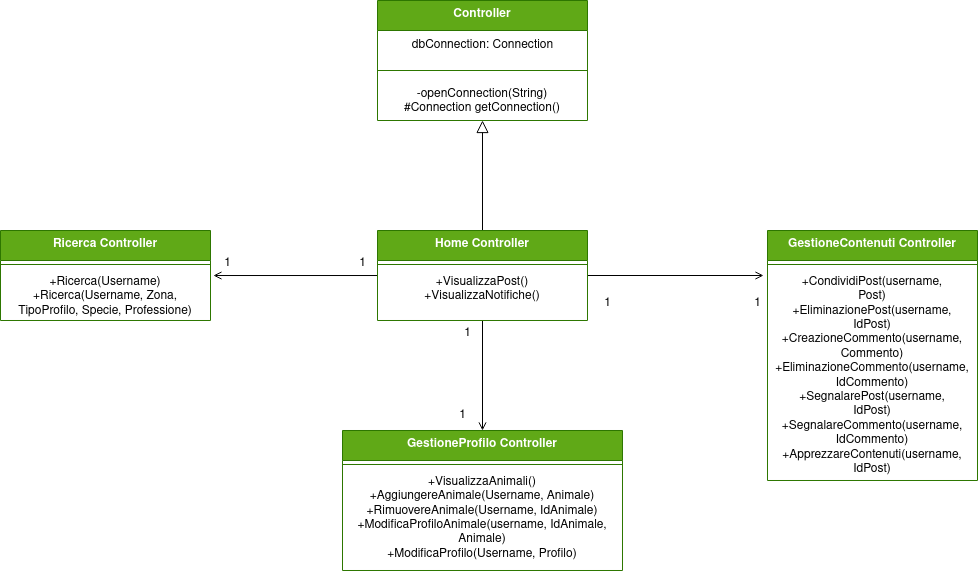
This is Controller-Estesi/GestioneUtente Dettaglio.drawio.png from Iannicc/Pet-Party, a draw.io export, as it was before one commit. Source tidied: cells renumbered, new cells last; positions are measured from the earlier drawing's top-left corner, leaving out a move shared by most shapes. Its diagram source:
```xml
<mxGraphModel>
  <root>
    <mxCell id="0" />
    <mxCell id="1" parent="0" />
    <mxCell id="2" value="&lt;div&gt;GestioneProfilo Controller&lt;br&gt;&lt;/div&gt;" style="swimlane;fontStyle=1;align=center;verticalAlign=top;horizontal=1;startSize=30;whiteSpace=wrap;html=1;fillColor=#60a917;fontColor=#ffffff;strokeColor=#2D7600;" parent="1" vertex="1">
      <mxGeometry x="342" y="430" width="280" height="140" as="geometry" />
    </mxCell>
    <mxCell id="3" style="line;strokeWidth=1;fillColor=none;align=left;verticalAlign=middle;spacingTop=-1;spacingLeft=3;spacingRight=3;labelPosition=right;strokeColor=inherit;" parent="2" vertex="1">
      <mxGeometry y="30" width="280" height="8" as="geometry" />
    </mxCell>
    <mxCell id="4" value="&lt;div&gt;+VisualizzaAnimali()&lt;br&gt;&lt;/div&gt;&lt;div&gt;+AggiungereAnimale(Username, Animale)&lt;/div&gt;&lt;div&gt;+RimuovereAnimale(Username, IdAnimale)&lt;/div&gt;&lt;div&gt;+ModificaProfiloAnimale(username, IdAnimale, Animale)&lt;/div&gt;&lt;div&gt;+ModificaProfilo(Username, Profilo)&lt;br&gt;&lt;/div&gt;" style="text;strokeColor=none;fillColor=none;align=center;verticalAlign=top;spacingLeft=4;spacingRight=4;overflow=hidden;whiteSpace=wrap;html=1;" parent="2" vertex="1">
      <mxGeometry y="38" width="280" height="102" as="geometry" />
    </mxCell>
    <mxCell id="5" style="edgeStyle=orthogonalEdgeStyle;rounded=0;jettySize=auto;html=1;entryX=0.5;entryY=0;entryDx=0;entryDy=0;endArrow=open;endFill=0;" parent="1" edge="1" source="9" target="2">
      <mxGeometry relative="1" as="geometry" />
    </mxCell>
    <mxCell id="6" style="edgeStyle=orthogonalEdgeStyle;rounded=0;jettySize=auto;html=1;entryX=-0.019;entryY=0.033;entryDx=0;entryDy=0;entryPerimeter=0;endArrow=open;endFill=0;" parent="1" edge="1" source="9" target="17">
      <mxGeometry relative="1" as="geometry" />
    </mxCell>
    <mxCell id="7" style="edgeStyle=orthogonalEdgeStyle;rounded=0;jettySize=auto;html=1;entryX=1.014;entryY=0.135;entryDx=0;entryDy=0;entryPerimeter=0;endArrow=open;endFill=0;" parent="1" edge="1" source="9" target="14">
      <mxGeometry relative="1" as="geometry" />
    </mxCell>
    <mxCell id="8" style="edgeStyle=orthogonalEdgeStyle;rounded=0;jettySize=auto;html=1;entryX=0.5;entryY=1;entryDx=0;entryDy=0;endArrow=block;endFill=0;startSize=12;endSize=10;" parent="1" edge="1" source="9" target="18">
      <mxGeometry relative="1" as="geometry" />
    </mxCell>
    <mxCell id="9" value="Home Controller" style="swimlane;fontStyle=1;align=center;verticalAlign=top;horizontal=1;startSize=30;whiteSpace=wrap;html=1;fillColor=#60a917;fontColor=#ffffff;strokeColor=#2D7600;" parent="1" vertex="1">
      <mxGeometry x="377" y="230" width="210" height="90" as="geometry" />
    </mxCell>
    <mxCell id="10" style="line;strokeWidth=1;fillColor=none;align=left;verticalAlign=middle;spacingTop=-1;spacingLeft=3;spacingRight=3;labelPosition=right;strokeColor=inherit;" parent="9" vertex="1">
      <mxGeometry y="30" width="210" height="8" as="geometry" />
    </mxCell>
    <mxCell id="11" value="&lt;div&gt;+VisualizzaPost()&lt;/div&gt;&lt;div&gt;+VisualizzaNotifiche()&lt;br&gt;&lt;/div&gt;" style="text;strokeColor=none;fillColor=none;align=center;verticalAlign=top;spacingLeft=4;spacingRight=4;overflow=hidden;whiteSpace=wrap;html=1;" parent="9" vertex="1">
      <mxGeometry y="38" width="210" height="52" as="geometry" />
    </mxCell>
    <mxCell id="12" value="Ricerca Controller" style="swimlane;fontStyle=1;align=center;verticalAlign=top;horizontal=1;startSize=30;whiteSpace=wrap;html=1;fillColor=#60a917;fontColor=#ffffff;strokeColor=#2D7600;" parent="1" vertex="1">
      <mxGeometry y="230" width="210" height="90" as="geometry" />
    </mxCell>
    <mxCell id="13" style="line;strokeWidth=1;fillColor=none;align=left;verticalAlign=middle;spacingTop=-1;spacingLeft=3;spacingRight=3;labelPosition=right;strokeColor=inherit;" parent="12" vertex="1">
      <mxGeometry y="30" width="210" height="8" as="geometry" />
    </mxCell>
    <mxCell id="14" value="&lt;div&gt;+Ricerca(Username)&lt;/div&gt;&lt;div&gt;+Ricerca(Username, Zona, TipoProfilo, Specie, Professione)&lt;br&gt;&lt;/div&gt;" style="text;strokeColor=none;fillColor=none;align=center;verticalAlign=top;spacingLeft=4;spacingRight=4;overflow=hidden;points=[[0,0.5],[1,0.5]];portConstraint=eastwest;whiteSpace=wrap;html=1;" parent="12" vertex="1">
      <mxGeometry y="38" width="210" height="52" as="geometry" />
    </mxCell>
    <mxCell id="15" value="GestioneContenuti Controller" style="swimlane;fontStyle=1;align=center;verticalAlign=top;horizontal=1;startSize=30;whiteSpace=wrap;html=1;fillColor=#60a917;fontColor=#ffffff;strokeColor=#2D7600;" parent="1" vertex="1">
      <mxGeometry x="767" y="230" width="210" height="250" as="geometry" />
    </mxCell>
    <mxCell id="16" style="line;strokeWidth=1;fillColor=none;align=left;verticalAlign=middle;spacingTop=-1;spacingLeft=3;spacingRight=3;labelPosition=right;strokeColor=inherit;" parent="15" vertex="1">
      <mxGeometry y="30" width="210" height="8" as="geometry" />
    </mxCell>
    <mxCell id="17" value="+CondividiPost(username,&lt;br&gt;Post)&lt;br&gt;+EliminazionePost(username,&lt;br&gt;IdPost)&lt;br&gt;+CreazioneCommento(username,&lt;br&gt;Commento)&lt;br&gt;+EliminazioneCommento(username,&lt;br&gt;IdCommento)&lt;br&gt;+SegnalarePost(username,&lt;br&gt;IdPost)&lt;br&gt;+SegnalareCommento(username, IdCommento)&lt;br&gt;+ApprezzareContenuti(username,&lt;br&gt;IdPost)" style="text;strokeColor=none;fillColor=none;align=center;verticalAlign=top;spacingLeft=4;spacingRight=4;overflow=hidden;points=[[0,0.5],[1,0.5]];portConstraint=eastwest;whiteSpace=wrap;html=1;" parent="15" vertex="1">
      <mxGeometry y="38" width="210" height="212" as="geometry" />
    </mxCell>
    <mxCell id="18" value="Controller" style="swimlane;fontStyle=1;align=center;verticalAlign=top;horizontal=1;startSize=30;whiteSpace=wrap;html=1;fillColor=#60a917;fontColor=#ffffff;strokeColor=#2D7600;" parent="1" vertex="1">
      <mxGeometry x="377" width="210" height="120" as="geometry" />
    </mxCell>
    <mxCell id="19" value="dbConnection: Connection" style="text;html=1;align=center;verticalAlign=middle;strokeColor=none;fillColor=none;" parent="18" vertex="1">
      <mxGeometry y="30" width="210" height="30" as="geometry" />
    </mxCell>
    <mxCell id="20" style="line;strokeWidth=1;fillColor=none;align=left;verticalAlign=middle;spacingTop=-1;spacingLeft=3;spacingRight=3;labelPosition=right;strokeColor=inherit;" parent="18" vertex="1">
      <mxGeometry y="60" width="210" height="20" as="geometry" />
    </mxCell>
    <mxCell id="21" value="-openConnection(String)&lt;br&gt;#Connection getConnection()" style="text;strokeColor=none;fillColor=none;align=center;verticalAlign=top;spacingLeft=4;spacingRight=4;overflow=hidden;whiteSpace=wrap;html=1;" parent="18" vertex="1">
      <mxGeometry y="80" width="210" height="40" as="geometry" />
    </mxCell>
    <mxCell id="22" value="1" style="text;html=1;align=center;verticalAlign=middle;strokeColor=none;fillColor=none;" parent="1" vertex="1">
      <mxGeometry x="212" y="248" width="30" height="30" as="geometry" />
    </mxCell>
    <mxCell id="23" value="1" style="text;html=1;align=center;verticalAlign=middle;strokeColor=none;fillColor=none;" parent="1" vertex="1">
      <mxGeometry x="347" y="248" width="30" height="30" as="geometry" />
    </mxCell>
    <mxCell id="24" value="1" style="text;html=1;align=center;verticalAlign=middle;strokeColor=none;fillColor=none;" parent="1" vertex="1">
      <mxGeometry x="452" y="318" width="30" height="30" as="geometry" />
    </mxCell>
    <mxCell id="25" value="1" style="text;html=1;align=center;verticalAlign=middle;strokeColor=none;fillColor=none;" parent="1" vertex="1">
      <mxGeometry x="447" y="400" width="30" height="30" as="geometry" />
    </mxCell>
    <mxCell id="26" value="1" style="text;html=1;align=center;verticalAlign=middle;strokeColor=none;fillColor=none;" parent="1" vertex="1">
      <mxGeometry x="742" y="288" width="30" height="30" as="geometry" />
    </mxCell>
    <mxCell id="27" value="1" style="text;html=1;align=center;verticalAlign=middle;strokeColor=none;fillColor=none;" parent="1" vertex="1">
      <mxGeometry x="592" y="288" width="30" height="30" as="geometry" />
    </mxCell>
  </root>
</mxGraphModel>
```
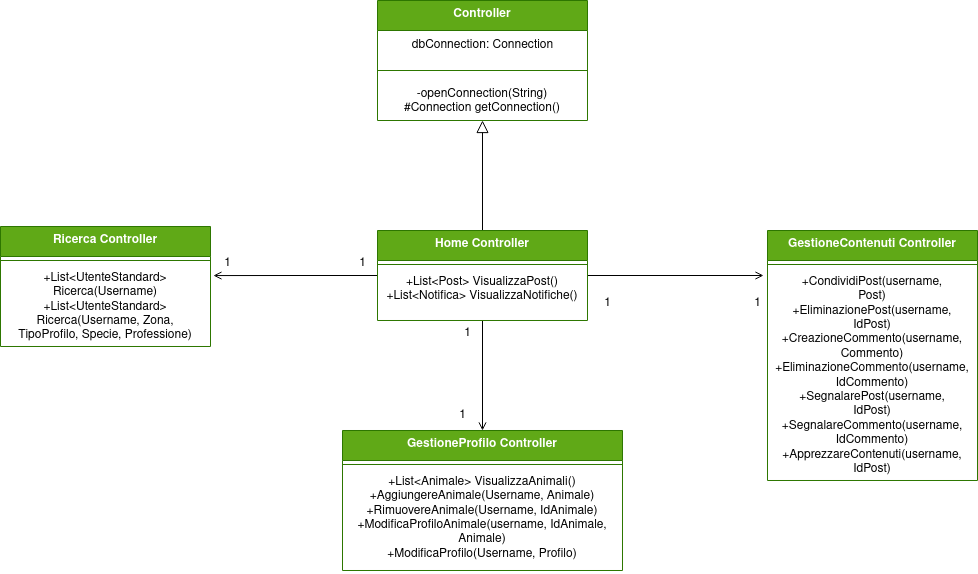
After the commit.

Change to the diagram source:
```diff
@@ -8,7 +8,7 @@
     <mxCell id="3" style="line;strokeWidth=1;fillColor=none;align=left;verticalAlign=middle;spacingTop=-1;spacingLeft=3;spacingRight=3;labelPosition=right;strokeColor=inherit;" parent="2" vertex="1">
       <mxGeometry y="30" width="280" height="8" as="geometry" />
     </mxCell>
-    <mxCell id="4" value="&lt;div&gt;+VisualizzaAnimali()&lt;br&gt;&lt;/div&gt;&lt;div&gt;+AggiungereAnimale(Username, Animale)&lt;/div&gt;&lt;div&gt;+RimuovereAnimale(Username, IdAnimale)&lt;/div&gt;&lt;div&gt;+ModificaProfiloAnimale(username, IdAnimale, Animale)&lt;/div&gt;&lt;div&gt;+ModificaProfilo(Username, Profilo)&lt;br&gt;&lt;/div&gt;" style="text;strokeColor=none;fillColor=none;align=center;verticalAlign=top;spacingLeft=4;spacingRight=4;overflow=hidden;whiteSpace=wrap;html=1;" parent="2" vertex="1">
+    <mxCell id="4" value="&lt;div&gt;+List&amp;lt;Animale&amp;gt; VisualizzaAnimali()&lt;br&gt;&lt;/div&gt;&lt;div&gt;+AggiungereAnimale(Username, Animale)&lt;/div&gt;&lt;div&gt;+RimuovereAnimale(Username, IdAnimale)&lt;/div&gt;&lt;div&gt;+ModificaProfiloAnimale(username, IdAnimale, Animale)&lt;/div&gt;&lt;div&gt;+ModificaProfilo(Username, Profilo)&lt;br&gt;&lt;/div&gt;" style="text;strokeColor=none;fillColor=none;align=center;verticalAlign=top;spacingLeft=4;spacingRight=4;overflow=hidden;whiteSpace=wrap;html=1;" parent="2" vertex="1">
       <mxGeometry y="38" width="280" height="102" as="geometry" />
     </mxCell>
     <mxCell id="5" style="edgeStyle=orthogonalEdgeStyle;rounded=0;jettySize=auto;html=1;entryX=0.5;entryY=0;entryDx=0;entryDy=0;endArrow=open;endFill=0;" parent="1" edge="1" source="9" target="2">
@@ -29,17 +29,17 @@
     <mxCell id="10" style="line;strokeWidth=1;fillColor=none;align=left;verticalAlign=middle;spacingTop=-1;spacingLeft=3;spacingRight=3;labelPosition=right;strokeColor=inherit;" parent="9" vertex="1">
       <mxGeometry y="30" width="210" height="8" as="geometry" />
     </mxCell>
-    <mxCell id="11" value="&lt;div&gt;+VisualizzaPost()&lt;/div&gt;&lt;div&gt;+VisualizzaNotifiche()&lt;br&gt;&lt;/div&gt;" style="text;strokeColor=none;fillColor=none;align=center;verticalAlign=top;spacingLeft=4;spacingRight=4;overflow=hidden;whiteSpace=wrap;html=1;" parent="9" vertex="1">
+    <mxCell id="11" value="&lt;div&gt;+List&amp;lt;Post&amp;gt; VisualizzaPost()&lt;/div&gt;&lt;div&gt;+List&amp;lt;Notifica&amp;gt; VisualizzaNotifiche()&lt;br&gt;&lt;/div&gt;" style="text;strokeColor=none;fillColor=none;align=center;verticalAlign=top;spacingLeft=4;spacingRight=4;overflow=hidden;whiteSpace=wrap;html=1;" parent="9" vertex="1">
       <mxGeometry y="38" width="210" height="52" as="geometry" />
     </mxCell>
     <mxCell id="12" value="Ricerca Controller" style="swimlane;fontStyle=1;align=center;verticalAlign=top;horizontal=1;startSize=30;whiteSpace=wrap;html=1;fillColor=#60a917;fontColor=#ffffff;strokeColor=#2D7600;" parent="1" vertex="1">
-      <mxGeometry y="230" width="210" height="90" as="geometry" />
+      <mxGeometry y="226" width="210" height="120" as="geometry" />
     </mxCell>
     <mxCell id="13" style="line;strokeWidth=1;fillColor=none;align=left;verticalAlign=middle;spacingTop=-1;spacingLeft=3;spacingRight=3;labelPosition=right;strokeColor=inherit;" parent="12" vertex="1">
       <mxGeometry y="30" width="210" height="8" as="geometry" />
     </mxCell>
-    <mxCell id="14" value="&lt;div&gt;+Ricerca(Username)&lt;/div&gt;&lt;div&gt;+Ricerca(Username, Zona, TipoProfilo, Specie, Professione)&lt;br&gt;&lt;/div&gt;" style="text;strokeColor=none;fillColor=none;align=center;verticalAlign=top;spacingLeft=4;spacingRight=4;overflow=hidden;points=[[0,0.5],[1,0.5]];portConstraint=eastwest;whiteSpace=wrap;html=1;" parent="12" vertex="1">
-      <mxGeometry y="38" width="210" height="52" as="geometry" />
+    <mxCell id="14" value="&lt;div&gt;+List&amp;lt;UtenteStandard&amp;gt; Ricerca(Username)&lt;/div&gt;&lt;div&gt;+List&amp;lt;UtenteStandard&amp;gt; Ricerca(Username, Zona, TipoProfilo, Specie, Professione)&lt;br&gt;&lt;/div&gt;" style="text;strokeColor=none;fillColor=none;align=center;verticalAlign=top;spacingLeft=4;spacingRight=4;overflow=hidden;points=[[0,0.5],[1,0.5]];portConstraint=eastwest;whiteSpace=wrap;html=1;" parent="12" vertex="1">
+      <mxGeometry y="38" width="210" height="82" as="geometry" />
     </mxCell>
     <mxCell id="15" value="GestioneContenuti Controller" style="swimlane;fontStyle=1;align=center;verticalAlign=top;horizontal=1;startSize=30;whiteSpace=wrap;html=1;fillColor=#60a917;fontColor=#ffffff;strokeColor=#2D7600;" parent="1" vertex="1">
       <mxGeometry x="767" y="230" width="210" height="250" as="geometry" />
```
